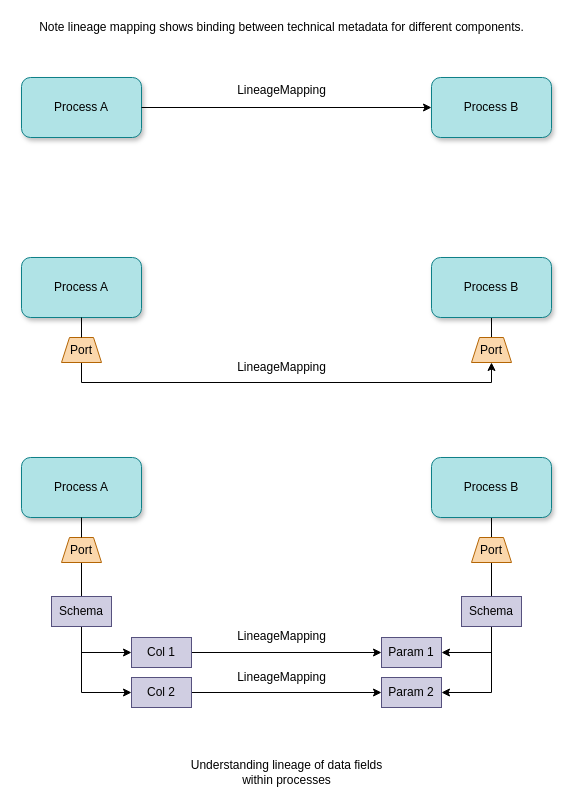
Before: page "understanding-data-fields" (5 of 8) of site/docs/features/lineage-management/lineage.drawio in odpi/egeria-docs, a draw.io diagram. Source tidied: cells renumbered, new cells numbered last; positions are measured from the earlier drawing's top-left corner, leaving out a move shared by most shapes. Both pictures are drawn from the tidied source at 100%, with x=0, y=0 at pixel (21, 17).
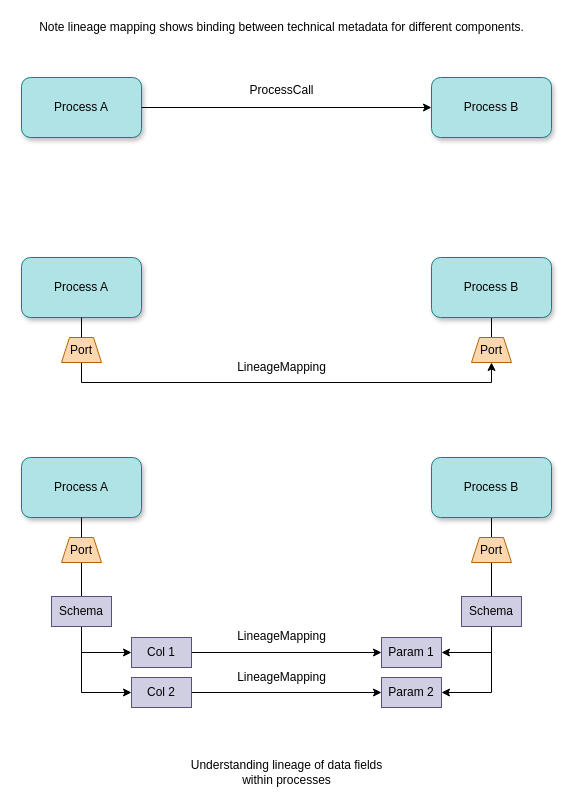
The same page after the edit.

Diff of the diagram source:
```diff
@@
-    <mxCell id="37" value="LineageMapping" style="text;html=1;align=center;verticalAlign=middle;" parent="1" vertex="1">
-      <mxGeometry x="210" y="63" width="100" height="20" as="geometry" />
+    <mxCell id="37" value="ProcessCall" style="text;html=1;align=center;verticalAlign=middle;" parent="1" vertex="1">
+      <mxGeometry x="220" y="63" width="80" height="20" as="geometry" />
     </mxCell>
```
